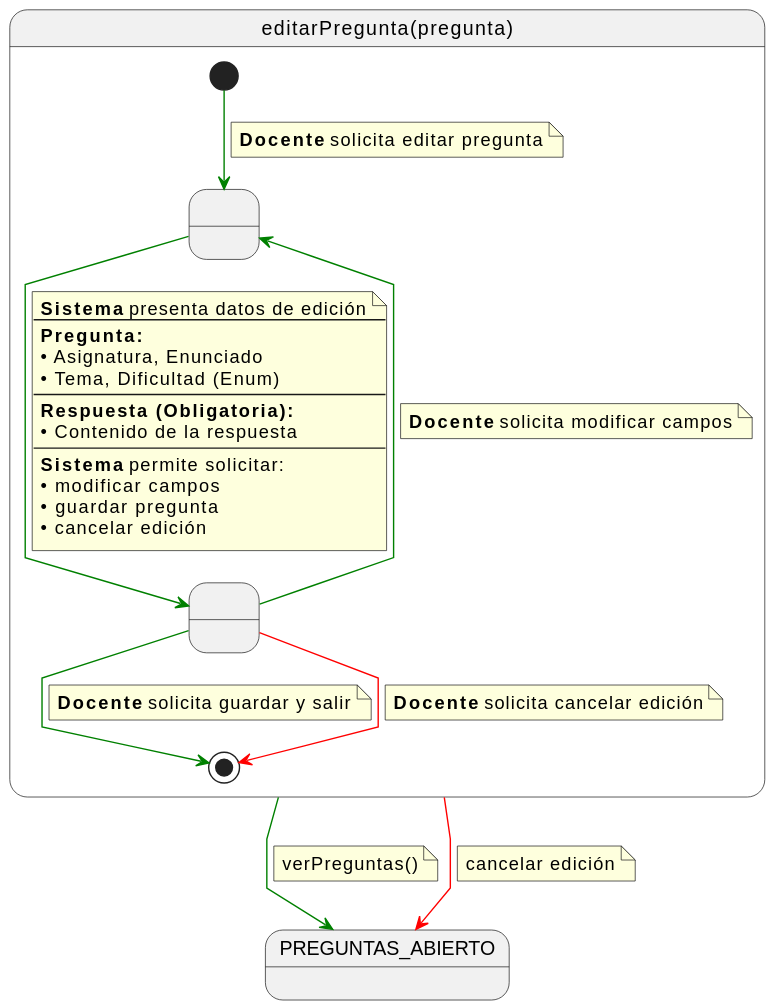
Above: documents/casos-de-uso/detalladoCasosDeUso/editarPregunta/editarPregunta.svg in martinlopez7/25-26-IdSw1-SdR (PlantUML), before the change.
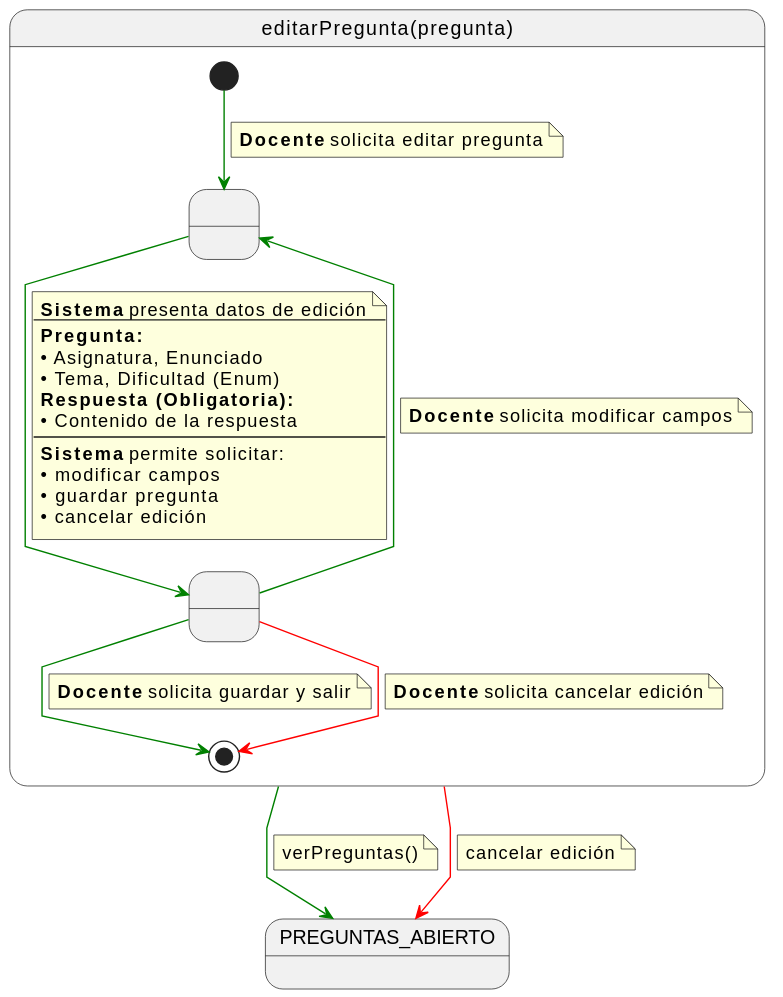
Above is the later version.

Diff of the diagram source:
```diff
@@ -18,7 +18,6 @@
     <b>Pregunta:</b>
     • Asignatura, Enunciado
     • Tema, Dificultad (Enum)
-    ---
     <b>Respuesta (Obligatoria):</b>
     • Contenido de la respuesta
     ---
```
